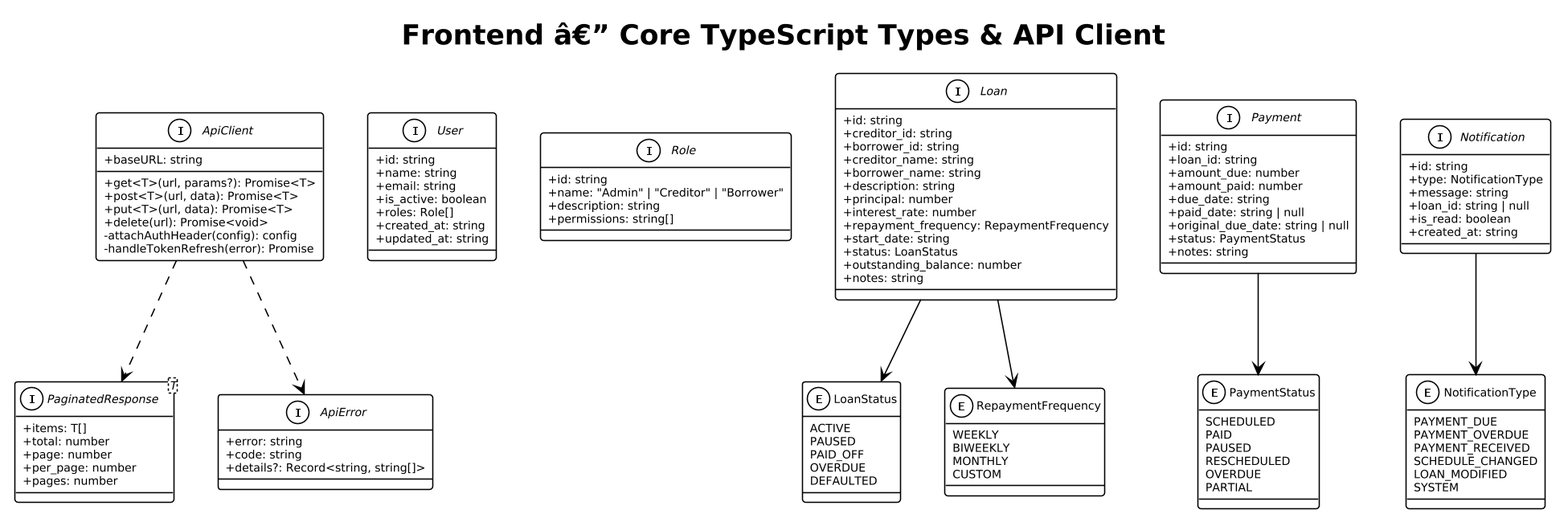
Earlier version of the PlantUML export docs/detailed-designs/diagrams/rendered/fe_class_api_types.png (QuinntyneBrown/LendQ).
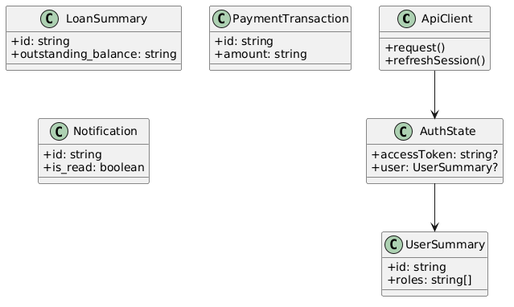
The same file after the commit.

Change to the diagram source:
```diff
@@ -1,126 +1,29 @@
 @startuml
-!theme plain
-skinparam dpi 150
-skinparam defaultFontSize 9
 skinparam classAttributeIconSize 0
-
-title Frontend â€” Core TypeScript Types & API Client
-
-interface ApiClient {
-  +baseURL: string
-  +get<T>(url, params?): Promise<T>
-  +post<T>(url, data): Promise<T>
-  +put<T>(url, data): Promise<T>
-  +delete(url): Promise<void>
-  -attachAuthHeader(config): config
-  -handleTokenRefresh(error): Promise
+class ApiClient {
+  +request()
+  +refreshSession()
 }
-
-interface PaginatedResponse<T> {
-  +items: T[]
-  +total: number
-  +page: number
-  +per_page: number
-  +pages: number
+class AuthState {
+  +accessToken: string?
+  +user: UserSummary?
 }
-
-interface ApiError {
-  +error: string
-  +code: string
-  +details?: Record<string, string[]>
+class UserSummary {
+  +id: string
+  +roles: string[]
 }
-
-interface User {
+class LoanSummary {
   +id: string
-  +name: string
-  +email: string
-  +is_active: boolean
-  +roles: Role[]
-  +created_at: string
-  +updated_at: string
+  +outstanding_balance: string
 }
-
-interface Role {
+class PaymentTransaction {
   +id: string
-  +name: "Admin" | "Creditor" | "Borrower"
-  +description: string
-  +permissions: string[]
+  +amount: string
 }
-
-interface Loan {
+class Notification {
   +id: string
-  +creditor_id: string
-  +borrower_id: string
-  +creditor_name: string
-  +borrower_name: string
-  +description: string
-  +principal: number
-  +interest_rate: number
-  +repayment_frequency: RepaymentFrequency
-  +start_date: string
-  +status: LoanStatus
-  +outstanding_balance: number
-  +notes: string
+  +is_read: boolean
 }
-
-interface Payment {
-  +id: string
-  +loan_id: string
-  +amount_due: number
-  +amount_paid: number
-  +due_date: string
-  +paid_date: string | null
-  +original_due_date: string | null
-  +status: PaymentStatus
-  +notes: string
-}
-
-interface Notification {
-  +id: string
-  +type: NotificationType
-  +message: string
-  +loan_id: string | null
-  +is_read: boolean
-  +created_at: string
-}
-
-enum LoanStatus {
-  ACTIVE
-  PAUSED
-  PAID_OFF
-  OVERDUE
-  DEFAULTED
-}
-
-enum PaymentStatus {
-  SCHEDULED
-  PAID
-  PAUSED
-  RESCHEDULED
-  OVERDUE
-  PARTIAL
-}
-
-enum NotificationType {
-  PAYMENT_DUE
-  PAYMENT_OVERDUE
-  PAYMENT_RECEIVED
-  SCHEDULE_CHANGED
-  LOAN_MODIFIED
-  SYSTEM
-}
-
-enum RepaymentFrequency {
-  WEEKLY
-  BIWEEKLY
-  MONTHLY
-  CUSTOM
-}
-
-ApiClient ..> PaginatedResponse
-ApiClient ..> ApiError
-Loan --> LoanStatus
-Loan --> RepaymentFrequency
-Payment --> PaymentStatus
-Notification --> NotificationType
+ApiClient --> AuthState
+AuthState --> UserSummary
 @enduml
```
